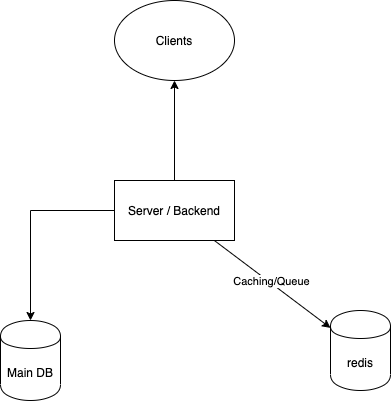
Earlier version of the draw.io export files/high-level_solution.png (codebider/nab_assignment). Source tidied: cells renumbered, new cells last; positions are measured from the earlier drawing's top-left corner, leaving out a move shared by most shapes.
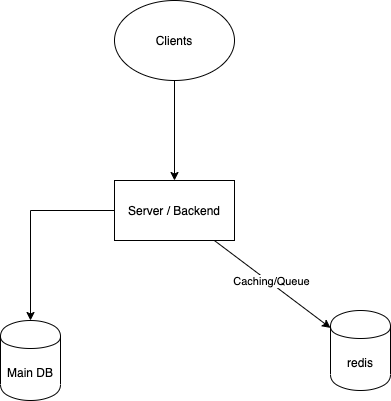
Later version of the same file.

Diff of the diagram source:
```diff
@@ -5,7 +5,7 @@
     <mxCell id="2" value="Clients" style="ellipse;whiteSpace=wrap;html=1;" parent="1" vertex="1">
       <mxGeometry x="114" width="120" height="80" as="geometry" />
     </mxCell>
-    <mxCell id="3" style="edgeStyle=orthogonalEdgeStyle;rounded=0;jettySize=auto;html=1;entryX=0.5;entryY=1;entryDx=0;entryDy=0;" parent="1" edge="1" source="7" target="2">
+    <mxCell id="3" style="edgeStyle=orthogonalEdgeStyle;rounded=0;jettySize=auto;html=1;exitX=0.5;exitY=1;exitDx=0;exitDy=0;" parent="1" edge="1" source="2" target="7">
       <mxGeometry relative="1" as="geometry" />
     </mxCell>
     <mxCell id="4" style="edgeStyle=orthogonalEdgeStyle;rounded=0;jettySize=auto;html=1;" parent="1" edge="1" source="7" target="8">
```
